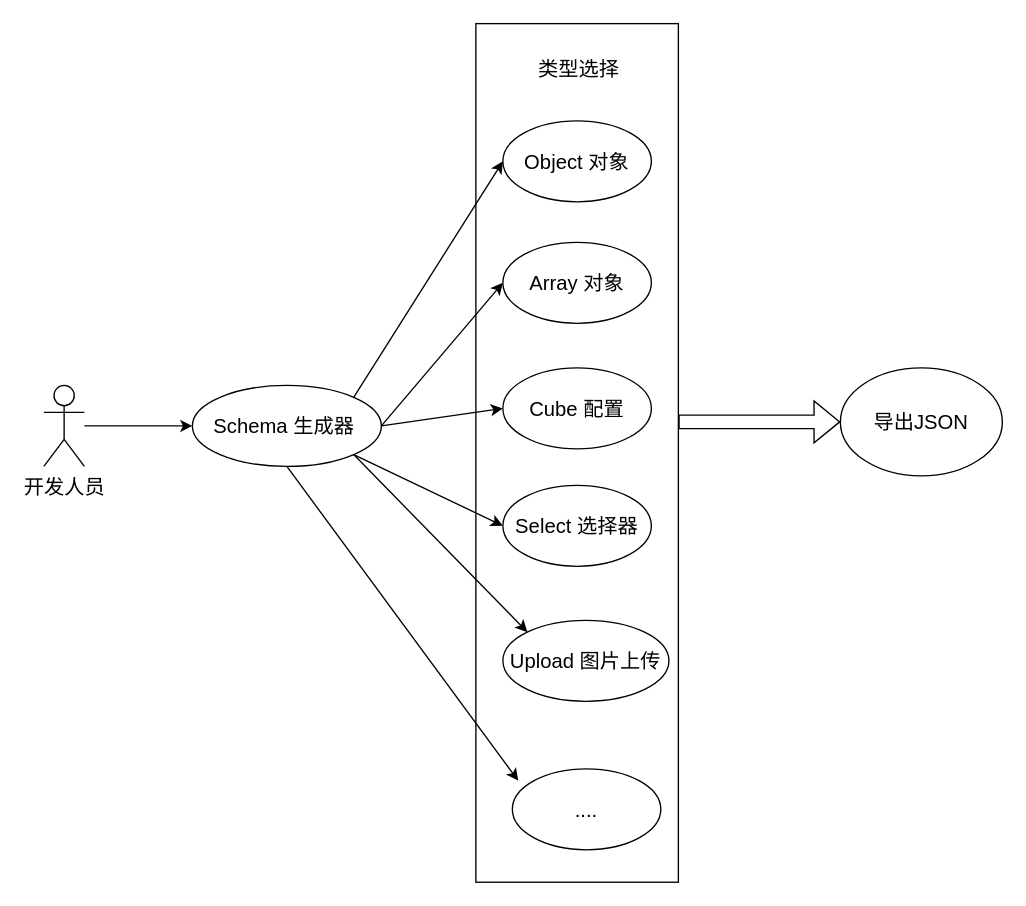
Earlier version of the draw.io diagram 第三章/Schema 生成器用例图.drawio (yuxinyu12345/diagrams). Source tidied: cells renumbered, new cells numbered last; positions are measured from the earlier drawing's top-left corner, leaving out a move shared by most shapes. Both pictures are drawn from the tidied source at 135%, with x=0, y=0 at pixel (43, 23).
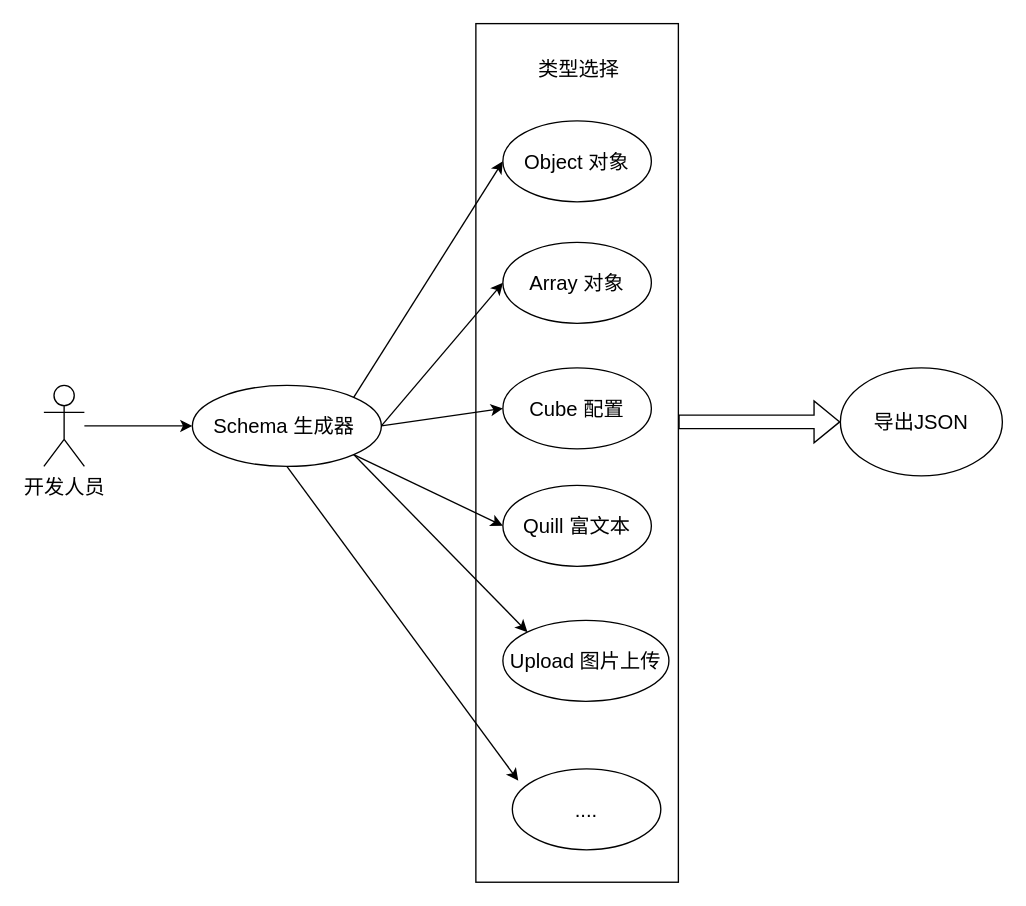
Above is the later version.

Commit message:
更新Schema 生成器用例图.drawio

Change to the diagram source:
```diff
@@
-    <mxCell id="8" value="Select 选择器" style="ellipse;whiteSpace=wrap;html=1;fontSize=15;" parent="1" vertex="1">
+    <mxCell id="8" value="Quill 富文本" style="ellipse;whiteSpace=wrap;html=1;fontSize=15;" parent="1" vertex="1">
       <mxGeometry x="340" y="342" width="110" height="60" as="geometry" />
     </mxCell>
```
